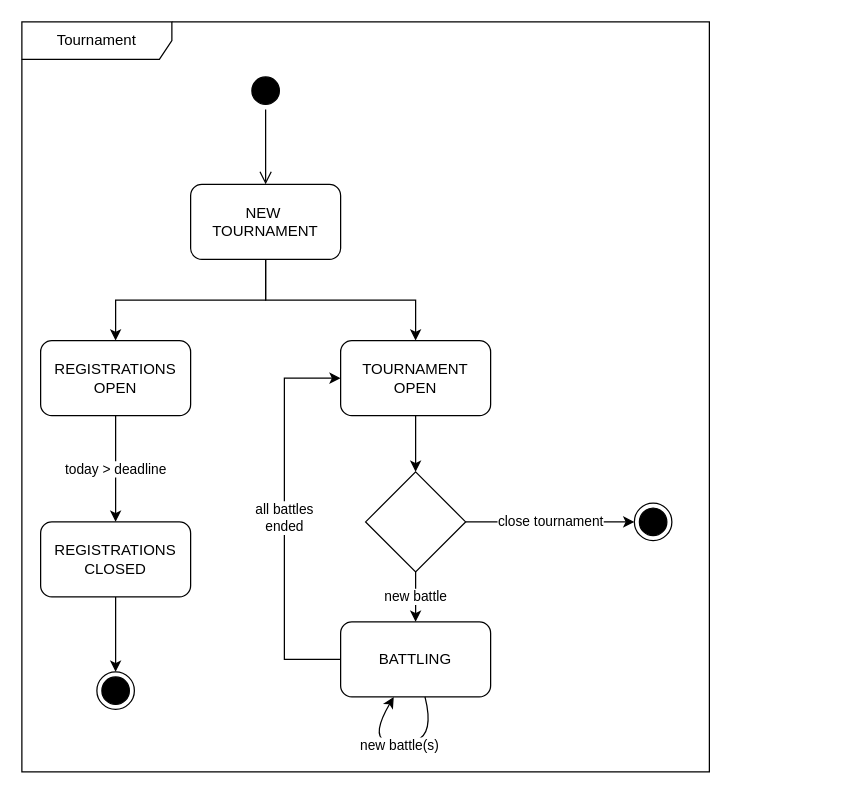
Above: page "Tournament" (1 of 3) of RASD/state_diagrams/diagrams.drawio in pontig/sw-eng-2-PasiniPontiggiaStasi (draw.io), before the change. Source tidied: cells renumbered, new cells numbered last; positions are measured from the earlier drawing's top-left corner, leaving out a move shared by most shapes. Both pictures are drawn from the tidied source at 125%, with x=0, y=0 at pixel (21, 21).
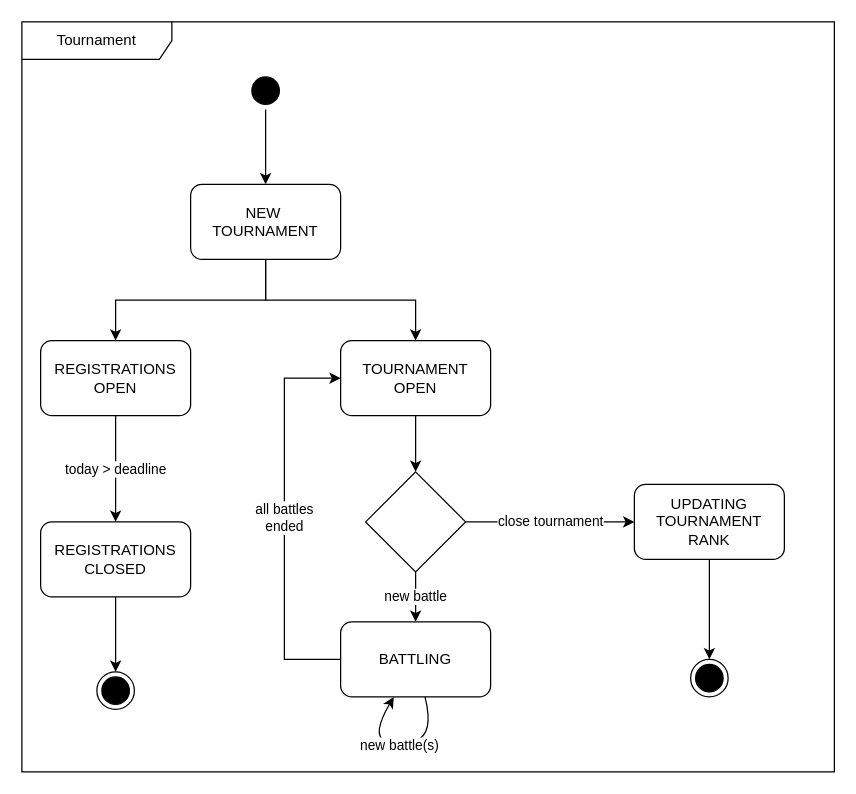
The same page after the edit.

The change refers to these unchanged cells:
```xml
<mxCell id="2" style="ellipse;html=1;shape=startState;fillColor=#000000;strokeColor=#000000;" parent="1" vertex="1">
  <mxGeometry x="180" y="40" width="30" height="30" as="geometry" />
</mxCell>
<mxCell id="6" value="NEW&amp;nbsp; TOURNAMENT" style="rounded=1;whiteSpace=wrap;html=1;" parent="1" vertex="1">
  <mxGeometry x="135" y="130" width="120" height="60" as="geometry" />
</mxCell>
<mxCell id="17" style="rhombus;whiteSpace=wrap;html=1;" parent="1" vertex="1">
  <mxGeometry x="275" y="360" width="80" height="80" as="geometry" />
</mxCell>
```

Diff of the diagram source:
```diff
@@
+    <mxCell id="22" style="edgeStyle=orthogonalEdgeStyle;rounded=0;jettySize=auto;html=1;" parent="1" edge="1" source="2" target="6">
+      <mxGeometry relative="1" as="geometry" />
+    </mxCell>
@@
-    <mxCell id="3" style="edgeStyle=orthogonalEdgeStyle;html=1;verticalAlign=bottom;endArrow=open;endSize=8;strokeColor=#000000;rounded=0;" parent="1" edge="1" source="2">
-      <mxGeometry relative="1" as="geometry">
-        <mxPoint x="195" y="130" as="targetPoint" />
-      </mxGeometry>
-    </mxCell>
@@
-    <mxCell id="16" value="close tournament" style="edgeStyle=orthogonalEdgeStyle;rounded=0;jettySize=auto;html=1;" parent="1" edge="1" source="17" target="19">
+    <mxCell id="16" value="close tournament" style="edgeStyle=orthogonalEdgeStyle;rounded=0;jettySize=auto;html=1;" parent="1" edge="1" source="17" target="24">
       <mxGeometry relative="1" as="geometry" />
     </mxCell>
@@
-    <mxCell id="19" style="ellipse;html=1;shape=endState;fillColor=#000000;strokeColor=#000000;" parent="1" vertex="1">
-      <mxGeometry x="490" y="385" width="30" height="30" as="geometry" />
-    </mxCell>
@@
     <mxCell id="21" value="Tournament" style="shape=umlFrame;whiteSpace=wrap;html=1;width=120;height=30;" parent="1" vertex="1">
-      <mxGeometry width="550" height="600" as="geometry" />
+      <mxGeometry width="650" height="600" as="geometry" />
     </mxCell>
+    <mxCell id="23" style="edgeStyle=orthogonalEdgeStyle;rounded=0;jettySize=auto;html=1;" parent="1" edge="1" source="24" target="25">
+      <mxGeometry relative="1" as="geometry" />
+    </mxCell>
+    <mxCell id="24" value="UPDATING TOURNAMENT RANK" style="rounded=1;whiteSpace=wrap;html=1;" parent="1" vertex="1">
+      <mxGeometry x="490" y="370" width="120" height="60" as="geometry" />
+    </mxCell>
+    <mxCell id="25" style="ellipse;html=1;shape=endState;fillColor=#000000;strokeColor=#000000;" parent="1" vertex="1">
+      <mxGeometry x="535" y="510" width="30" height="30" as="geometry" />
+    </mxCell>
```
